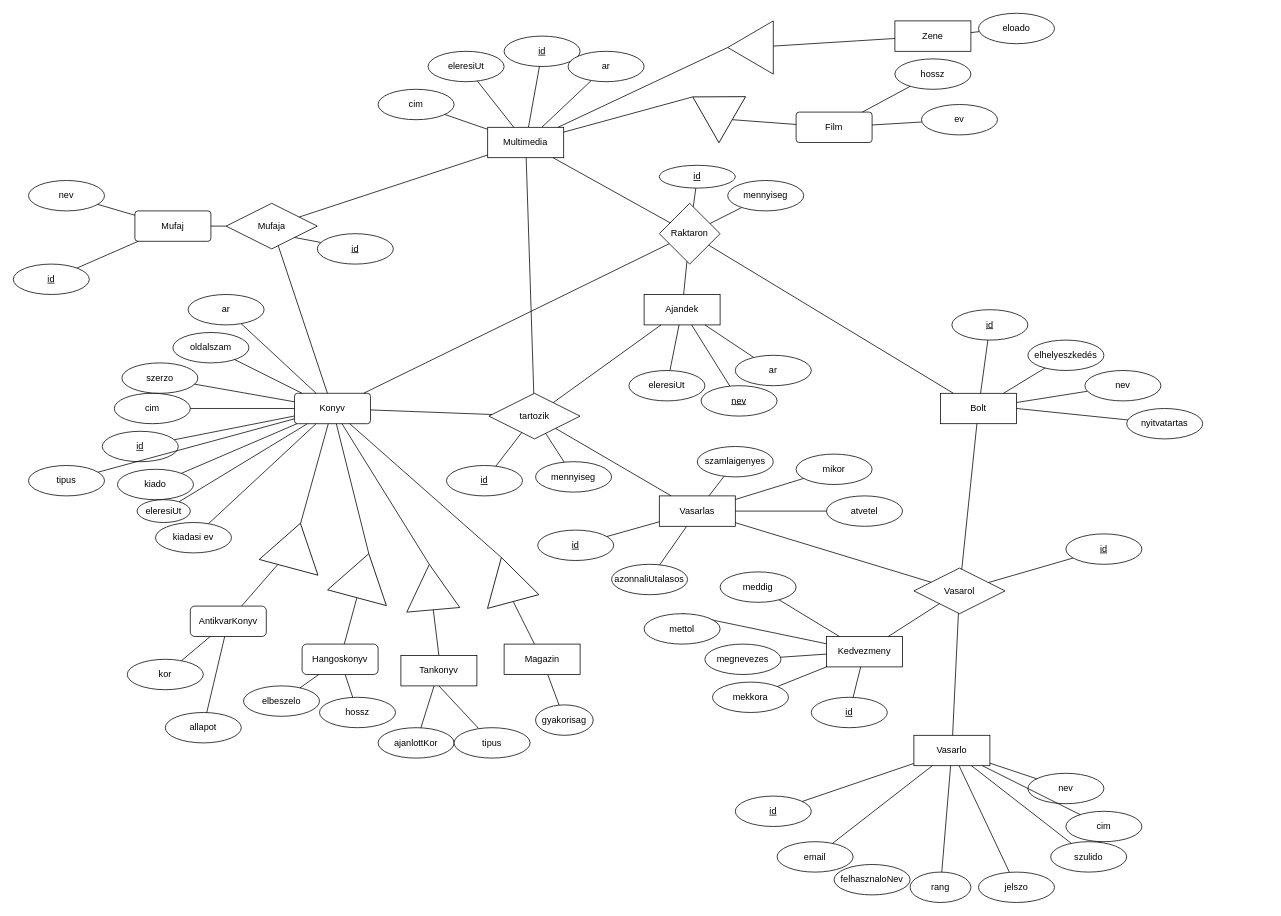
Earlier version of the draw.io diagram diagram/ek-diagram.drawio (SimSom491/Bookshop). Source tidied: cells renumbered, new cells numbered last; positions are measured from the earlier drawing's top-left corner, leaving out a move shared by most shapes. Both pictures are drawn from the tidied source at 76%, with x=0, y=0 at pixel (13, 13).
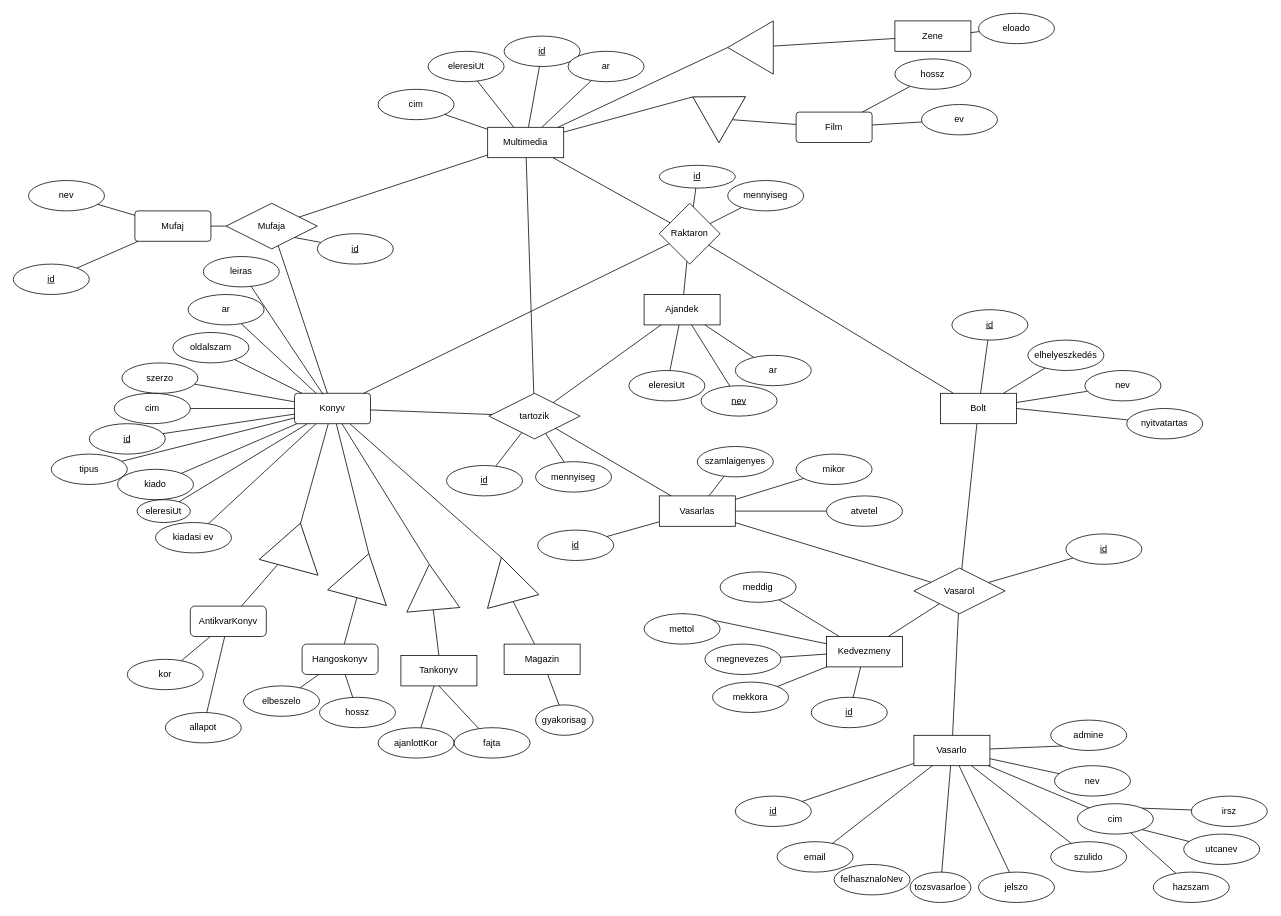
After the change.

Unchanged cells that the change refers to:
```xml
<mxCell id="9" value="Konyv" style="rounded=1;arcSize=10;whiteSpace=wrap;html=1;align=center;" parent="1" vertex="1">
  <mxGeometry x="370" y="500" width="100" height="40" as="geometry" />
</mxCell>
<mxCell id="28" value="Vasarlo" style="whiteSpace=wrap;html=1;align=center;" parent="1" vertex="1">
  <mxGeometry x="1185" y="950" width="100" height="40" as="geometry" />
</mxCell>
<mxCell id="149" value="Vasarlas" style="whiteSpace=wrap;html=1;align=center;" parent="1" vertex="1">
  <mxGeometry x="850" y="635" width="100" height="40" as="geometry" />
</mxCell>
```

Change to the diagram source:
```diff
@@
     <mxCell id="5" value="id" style="ellipse;whiteSpace=wrap;html=1;align=center;fontStyle=4;" parent="1" vertex="1">
-      <mxGeometry x="117.1" y="550" width="100" height="40" as="geometry" />
+      <mxGeometry x="100" y="540" width="100" height="40" as="geometry" />
     </mxCell>
@@
     <mxCell id="32" value="nev" style="ellipse;whiteSpace=wrap;html=1;align=center;" parent="1" vertex="1">
-      <mxGeometry x="1335" y="1000" width="100" height="40" as="geometry" />
+      <mxGeometry x="1370" y="990" width="100" height="40" as="geometry" />
     </mxCell>
@@
     <mxCell id="34" value="cim" style="ellipse;whiteSpace=wrap;html=1;align=center;" parent="1" vertex="1">
-      <mxGeometry x="1385" y="1050" width="100" height="40" as="geometry" />
+      <mxGeometry x="1400" y="1040" width="100" height="40" as="geometry" />
     </mxCell>
@@
-    <mxCell id="40" value="rang" style="ellipse;whiteSpace=wrap;html=1;align=center;" parent="1" vertex="1">
+    <mxCell id="40" value="tozsvasarloe" style="ellipse;whiteSpace=wrap;html=1;align=center;" parent="1" vertex="1">
       <mxGeometry x="1180" y="1130" width="80" height="40" as="geometry" />
     </mxCell>
@@
-    <mxCell id="45" value="azonnaliUtalasos" style="ellipse;whiteSpace=wrap;html=1;align=center;" parent="1" vertex="1">
-      <mxGeometry x="787.2" y="725" width="100" height="40" as="geometry" />
-    </mxCell>
@@
-    <mxCell id="47" style="endArrow=none;html=1;rounded=0;" parent="1" edge="1" source="149" target="45">
-      <mxGeometry relative="1" as="geometry" />
-    </mxCell>
@@
-    <mxCell id="120" value="tipus" style="ellipse;whiteSpace=wrap;html=1;align=center;" parent="1" vertex="1">
+    <mxCell id="120" value="fajta" style="ellipse;whiteSpace=wrap;html=1;align=center;" parent="1" vertex="1">
       <mxGeometry x="580" y="940" width="100" height="40" as="geometry" />
     </mxCell>
@@
     <mxCell id="163" value="tipus" style="ellipse;whiteSpace=wrap;html=1;align=center;" parent="1" vertex="1">
-      <mxGeometry x="20" y="595" width="100" height="40" as="geometry" />
+      <mxGeometry x="50" y="580" width="100" height="40" as="geometry" />
     </mxCell>
@@
+    <mxCell id="166" value="leiras" style="ellipse;whiteSpace=wrap;html=1;align=center;" parent="1" vertex="1">
+      <mxGeometry x="250" y="320" width="100" height="40" as="geometry" />
+    </mxCell>
+    <mxCell id="167" style="endArrow=none;html=1;rounded=0;entryX=0.376;entryY=0.035;entryDx=0;entryDy=0;entryPerimeter=0;" parent="1" edge="1" source="166" target="9">
+      <mxGeometry relative="1" as="geometry" />
+    </mxCell>
+    <mxCell id="168" value="admine" style="ellipse;whiteSpace=wrap;html=1;align=center;" parent="1" vertex="1">
+      <mxGeometry x="1365" y="930" width="100" height="40" as="geometry" />
+    </mxCell>
+    <mxCell id="169" style="endArrow=none;html=1;rounded=0;entryX=0;entryY=1;entryDx=0;entryDy=0;" parent="1" edge="1" source="28" target="168">
+      <mxGeometry relative="1" as="geometry" />
+    </mxCell>
+    <mxCell id="170" value="irsz" style="ellipse;whiteSpace=wrap;html=1;align=center;" parent="1" vertex="1">
+      <mxGeometry x="1550" y="1030" width="100" height="40" as="geometry" />
+    </mxCell>
+    <mxCell id="171" value="utcanev" style="ellipse;whiteSpace=wrap;html=1;align=center;" parent="1" vertex="1">
+      <mxGeometry x="1540" y="1080" width="100" height="40" as="geometry" />
+    </mxCell>
+    <mxCell id="172" value="hazszam" style="ellipse;whiteSpace=wrap;html=1;align=center;" parent="1" vertex="1">
+      <mxGeometry x="1500" y="1130" width="100" height="40" as="geometry" />
+    </mxCell>
+    <mxCell id="173" style="endArrow=none;html=1;rounded=0;exitX=1;exitY=0;exitDx=0;exitDy=0;" parent="1" edge="1" source="34" target="170">
+      <mxGeometry relative="1" as="geometry" />
+    </mxCell>
+    <mxCell id="174" style="endArrow=none;html=1;rounded=0;exitX=1;exitY=1;exitDx=0;exitDy=0;" parent="1" edge="1" source="34" target="171">
+      <mxGeometry relative="1" as="geometry" />
+    </mxCell>
+    <mxCell id="175" style="endArrow=none;html=1;rounded=0;" parent="1" edge="1" source="34" target="172">
+      <mxGeometry relative="1" as="geometry" />
+    </mxCell>
```
